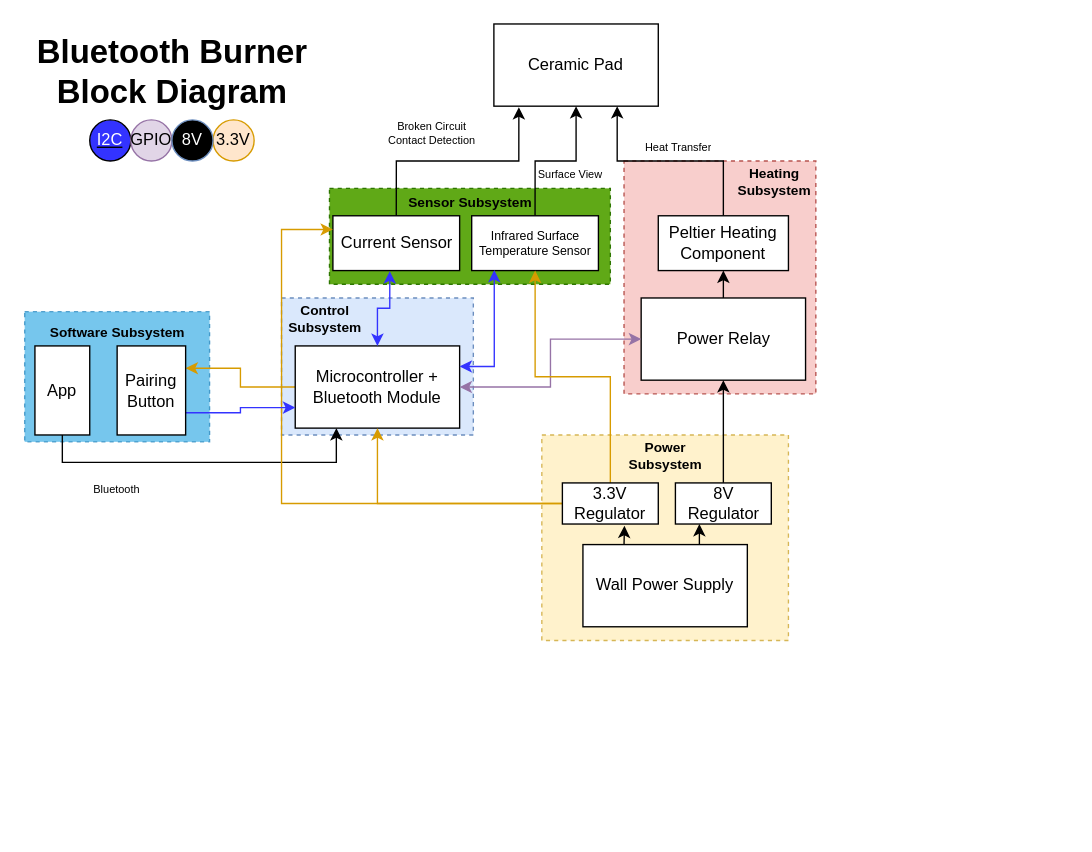
Before: Proposal Diagram.drawio in fadnis-shaunak28/ECE-445-Notebooks, a draw.io diagram. Source tidied: cells renumbered, new cells numbered last; positions are measured from the earlier drawing's top-left corner, leaving out a move shared by most shapes. Both pictures are drawn from the tidied source at 137%, with x=0, y=0 at pixel (23, 23).
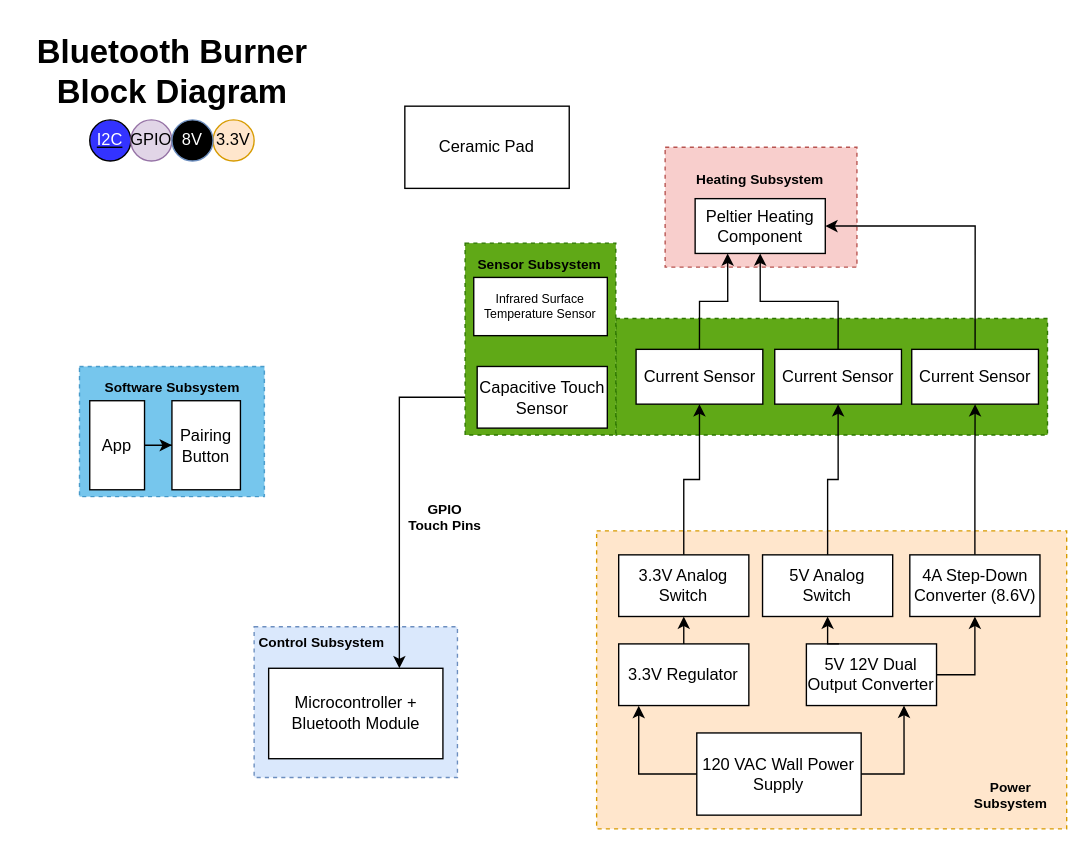
The same page after the edit.

The edit, as a diff of the source:
```diff
@@
-    <mxCell id="2" style="rounded=0;whiteSpace=wrap;html=1;fillColor=#1ba1e2;fontColor=#ffffff;strokeColor=#006EAF;opacity=60;dashed=1;" parent="1" vertex="1">
-      <mxGeometry x="0.5" y="210" width="135" height="95" as="geometry" />
-    </mxCell>
-    <mxCell id="3" style="rounded=0;whiteSpace=wrap;html=1;fillColor=#60a917;strokeColor=#2D7600;fontColor=#ffffff;dashed=1;" parent="1" vertex="1">
-      <mxGeometry x="223" y="120" width="205" height="70" as="geometry" />
-    </mxCell>
+    <mxCell id="51" style="group;" parent="1" vertex="1">
+      <mxGeometry x="468" y="90" width="140" height="87.5" as="geometry" />
+    </mxCell>
+    <mxCell id="5" style="rounded=0;whiteSpace=wrap;html=1;fillColor=#f8cecc;strokeColor=#b85450;dashed=1;" parent="51" vertex="1">
+      <mxGeometry width="140" height="87.5" as="geometry" />
+    </mxCell>
+    <mxCell id="15" value="Peltier Heating Component" style="rounded=0;whiteSpace=wrap;html=1;" parent="51" vertex="1">
+      <mxGeometry x="21.9" y="37.5" width="95" height="40" as="geometry" />
+    </mxCell>
+    <mxCell id="44" value="Heating Subsystem" style="text;html=1;strokeColor=none;fillColor=none;align=center;verticalAlign=middle;whiteSpace=wrap;overflow=hidden;fontSize=10;fontStyle=1;" parent="51" vertex="1">
+      <mxGeometry x="8.8" y="7.5" width="121.2" height="30" as="geometry" />
+    </mxCell>
+    <mxCell id="52" style="group;" parent="1" vertex="1">
+      <mxGeometry x="168" y="440" width="148.4" height="110" as="geometry" />
+    </mxCell>
-    <mxCell id="4" style="rounded=0;whiteSpace=wrap;html=1;fillColor=#dae8fc;strokeColor=#6c8ebf;dashed=1;" parent="1" vertex="1">
-      <mxGeometry x="188" y="200" width="140" height="100" as="geometry" />
+    <mxCell id="4" style="rounded=0;whiteSpace=wrap;html=1;fillColor=#dae8fc;strokeColor=#6c8ebf;dashed=1;" parent="52" vertex="1">
+      <mxGeometry width="148.4" height="110" as="geometry" />
     </mxCell>
-    <mxCell id="5" style="rounded=0;whiteSpace=wrap;html=1;fillColor=#f8cecc;strokeColor=#b85450;dashed=1;" parent="1" vertex="1">
-      <mxGeometry x="438" y="100" width="140" height="170" as="geometry" />
-    </mxCell>
-    <mxCell id="6" style="rounded=0;whiteSpace=wrap;html=1;fillColor=#fff2cc;strokeColor=#d6b656;dashed=1;" parent="1" vertex="1">
-      <mxGeometry x="378" y="300" width="180" height="150" as="geometry" />
-    </mxCell>
+    <mxCell id="14" value="Microcontroller + Bluetooth Module" style="rounded=0;whiteSpace=wrap;html=1;" parent="52" vertex="1">
+      <mxGeometry x="10.6" y="30.3" width="127.2" height="66" as="geometry" />
+    </mxCell>
+    <mxCell id="46" value="Control Subsystem" style="text;html=1;strokeColor=none;fillColor=none;align=center;verticalAlign=middle;whiteSpace=wrap;overflow=hidden;fontSize=10;fontStyle=1;" parent="52" vertex="1">
+      <mxGeometry x="-8.9" width="116.6" height="22" as="geometry" />
+    </mxCell>
+    <mxCell id="53" style="rounded=0;whiteSpace=wrap;html=1;fillColor=#60a917;strokeColor=#2D7600;fontColor=#ffffff;dashed=1;" parent="1" vertex="1">
+      <mxGeometry x="432.1" y="215" width="315" height="85" as="geometry" />
+    </mxCell>
+    <mxCell id="54" style="edgeStyle=orthogonalEdgeStyle;rounded=0;jettySize=auto;html=1;exitX=0.5;exitY=0;exitDx=0;exitDy=0;entryX=1;entryY=0.5;entryDx=0;entryDy=0;" parent="1" edge="1" source="17" target="15">
+      <mxGeometry relative="1" as="geometry" />
+    </mxCell>
+    <mxCell id="17" value="Current Sensor" style="rounded=0;whiteSpace=wrap;html=1;" parent="1" vertex="1">
+      <mxGeometry x="648" y="237.5" width="92.5" height="40" as="geometry" />
+    </mxCell>
+    <mxCell id="55" style="edgeStyle=orthogonalEdgeStyle;rounded=0;jettySize=auto;html=1;exitX=0;exitY=0.5;exitDx=0;exitDy=0;entryX=0.75;entryY=0;entryDx=0;entryDy=0;" parent="1" edge="1" source="76" target="14">
+      <mxGeometry relative="1" as="geometry" />
+    </mxCell>
     <mxCell id="7" value="Ceramic Pad" style="rounded=0;whiteSpace=wrap;html=1;" parent="1" vertex="1">
-      <mxGeometry x="343" width="120" height="60" as="geometry" />
+      <mxGeometry x="278" y="60" width="120" height="60" as="geometry" />
     </mxCell>
-    <mxCell id="8" style="edgeStyle=orthogonalEdgeStyle;rounded=0;jettySize=auto;html=1;exitX=0.5;exitY=1;exitDx=0;exitDy=0;entryX=0.25;entryY=1;entryDx=0;entryDy=0;" parent="1" edge="1" source="9" target="14">
-      <mxGeometry relative="1" as="geometry" />
-    </mxCell>
-    <mxCell id="9" value="App" style="rounded=0;whiteSpace=wrap;html=1;" parent="1" vertex="1">
-      <mxGeometry x="8" y="235" width="40" height="65" as="geometry" />
-    </mxCell>
-    <mxCell id="10" style="edgeStyle=orthogonalEdgeStyle;rounded=0;jettySize=auto;html=1;exitX=0.5;exitY=0;exitDx=0;exitDy=0;entryX=0.152;entryY=1.012;entryDx=0;entryDy=0;entryPerimeter=0;" parent="1" edge="1" source="17" target="7">
-      <mxGeometry relative="1" as="geometry" />
-    </mxCell>
-    <mxCell id="11" style="edgeStyle=orthogonalEdgeStyle;rounded=0;jettySize=auto;html=1;exitX=0.5;exitY=0;exitDx=0;exitDy=0;entryX=0.5;entryY=1;entryDx=0;entryDy=0;" parent="1" edge="1" source="16" target="7">
-      <mxGeometry relative="1" as="geometry" />
-    </mxCell>
-    <mxCell id="12" style="edgeStyle=orthogonalEdgeStyle;rounded=0;jettySize=auto;html=1;exitX=0.5;exitY=0;exitDx=0;exitDy=0;entryX=0.75;entryY=1;entryDx=0;entryDy=0;" parent="1" edge="1" source="15" target="7">
-      <mxGeometry relative="1" as="geometry" />
-    </mxCell>
-    <mxCell id="13" style="edgeStyle=orthogonalEdgeStyle;rounded=0;jettySize=auto;html=1;exitX=0;exitY=0.5;exitDx=0;exitDy=0;entryX=1;entryY=0.25;entryDx=0;entryDy=0;fillColor=#ffe6cc;strokeColor=#d79b00;" parent="1" edge="1" source="14" target="50">
-      <mxGeometry relative="1" as="geometry" />
-    </mxCell>
-    <mxCell id="14" value="Microcontroller + Bluetooth Module" style="rounded=0;whiteSpace=wrap;html=1;" parent="1" vertex="1">
-      <mxGeometry x="198" y="235" width="120" height="60" as="geometry" />
-    </mxCell>
-    <mxCell id="15" value="Peltier Heating Component" style="rounded=0;whiteSpace=wrap;html=1;" parent="1" vertex="1">
-      <mxGeometry x="463" y="140" width="95" height="40" as="geometry" />
-    </mxCell>
-    <mxCell id="16" value="Infrared Surface Temperature Sensor" style="rounded=0;whiteSpace=wrap;html=1;fontSize=9;" parent="1" vertex="1">
-      <mxGeometry x="326.8" y="140" width="92.5" height="40" as="geometry" />
-    </mxCell>
-    <mxCell id="17" value="Current Sensor" style="rounded=0;whiteSpace=wrap;html=1;" parent="1" vertex="1">
-      <mxGeometry x="225.5" y="140" width="92.5" height="40" as="geometry" />
-    </mxCell>
-    <mxCell id="18" style="edgeStyle=orthogonalEdgeStyle;rounded=0;jettySize=auto;html=1;exitX=1;exitY=0.25;exitDx=0;exitDy=0;entryX=0.178;entryY=0.989;entryDx=0;entryDy=0;entryPerimeter=0;strokeColor=#3333FF;startArrow=classic;startFill=1;" parent="1" edge="1" source="14" target="16">
-      <mxGeometry relative="1" as="geometry" />
-    </mxCell>
-    <mxCell id="19" style="edgeStyle=orthogonalEdgeStyle;rounded=0;jettySize=auto;html=1;exitX=0.5;exitY=0;exitDx=0;exitDy=0;entryX=0.5;entryY=1;entryDx=0;entryDy=0;" parent="1" edge="1" source="20" target="15">
-      <mxGeometry relative="1" as="geometry" />
-    </mxCell>
-    <mxCell id="20" value="Power Relay" style="rounded=0;whiteSpace=wrap;html=1;" parent="1" vertex="1">
-      <mxGeometry x="450.5" y="200" width="120" height="60" as="geometry" />
-    </mxCell>
-    <mxCell id="21" style="edgeStyle=orthogonalEdgeStyle;rounded=0;jettySize=auto;html=1;entryX=0;entryY=0.5;entryDx=0;entryDy=0;fillColor=#e1d5e7;strokeColor=#9673a6;startArrow=classic;startFill=1;" parent="1" edge="1" source="14" target="20">
-      <mxGeometry relative="1" as="geometry" />
-    </mxCell>
-    <mxCell id="22" style="edgeStyle=orthogonalEdgeStyle;rounded=0;jettySize=auto;html=1;exitX=0.75;exitY=0;exitDx=0;exitDy=0;entryX=0.25;entryY=1;entryDx=0;entryDy=0;" parent="1" edge="1" source="23" target="29">
-      <mxGeometry relative="1" as="geometry" />
-    </mxCell>
-    <mxCell id="23" value="Wall Power Supply" style="rounded=0;whiteSpace=wrap;html=1;" parent="1" vertex="1">
-      <mxGeometry x="408" y="380" width="120" height="60" as="geometry" />
-    </mxCell>
-    <mxCell id="24" style="edgeStyle=orthogonalEdgeStyle;rounded=0;jettySize=auto;html=1;exitX=0;exitY=0.5;exitDx=0;exitDy=0;entryX=0.5;entryY=1;entryDx=0;entryDy=0;fillColor=#ffe6cc;strokeColor=#d79b00;" parent="1" edge="1" source="27" target="14">
-      <mxGeometry relative="1" as="geometry" />
-    </mxCell>
-    <mxCell id="25" style="edgeStyle=orthogonalEdgeStyle;rounded=0;jettySize=auto;html=1;exitX=0.5;exitY=0;exitDx=0;exitDy=0;fillColor=#ffe6cc;strokeColor=#d79b00;" parent="1" edge="1" source="27" target="16">
-      <mxGeometry relative="1" as="geometry" />
-    </mxCell>
-    <mxCell id="26" style="edgeStyle=orthogonalEdgeStyle;rounded=0;jettySize=auto;html=1;exitX=0;exitY=0.5;exitDx=0;exitDy=0;entryX=0;entryY=0.25;entryDx=0;entryDy=0;fillColor=#ffe6cc;strokeColor=#d79b00;" parent="1" edge="1" source="27" target="17">
-      <mxGeometry relative="1" as="geometry">
-        <Array as="points">
-          <mxPoint x="188" y="350" />
-          <mxPoint x="188" y="150" />
-        </Array>
-      </mxGeometry>
-    </mxCell>
-    <mxCell id="27" value="3.3V Regulator" style="rounded=0;whiteSpace=wrap;html=1;" parent="1" vertex="1">
-      <mxGeometry x="393" y="335" width="70" height="30" as="geometry" />
-    </mxCell>
-    <mxCell id="28" style="edgeStyle=orthogonalEdgeStyle;rounded=0;jettySize=auto;html=1;exitX=0.5;exitY=0;exitDx=0;exitDy=0;entryX=0.5;entryY=1;entryDx=0;entryDy=0;" parent="1" edge="1" source="29" target="20">
-      <mxGeometry relative="1" as="geometry" />
-    </mxCell>
-    <mxCell id="29" value="8V&lt;br&gt;Regulator" style="rounded=0;whiteSpace=wrap;html=1;" parent="1" vertex="1">
-      <mxGeometry x="475.5" y="335" width="70" height="30" as="geometry" />
-    </mxCell>
-    <mxCell id="30" style="edgeStyle=orthogonalEdgeStyle;rounded=0;jettySize=auto;html=1;exitX=0.5;exitY=0;exitDx=0;exitDy=0;entryX=0.449;entryY=1.012;entryDx=0;entryDy=0;entryPerimeter=0;startArrow=classic;startFill=1;strokeColor=#3333FF;" parent="1" edge="1" source="14" target="17">
-      <mxGeometry relative="1" as="geometry" />
-    </mxCell>
-    <mxCell id="31" value="Heat Transfer" style="text;html=1;strokeColor=none;fillColor=none;align=center;verticalAlign=middle;whiteSpace=wrap;overflow=hidden;fontSize=8;" parent="1" vertex="1">
-      <mxGeometry x="438" y="80" width="80" height="20" as="geometry" />
-    </mxCell>
-    <mxCell id="32" value="Broken Circuit Contact Detection" style="text;html=1;strokeColor=none;fillColor=none;align=center;verticalAlign=middle;whiteSpace=wrap;overflow=hidden;fontSize=8;" parent="1" vertex="1">
-      <mxGeometry x="263" y="60" width="70" height="40" as="geometry" />
-    </mxCell>
-    <mxCell id="33" value="Surface View" style="text;html=1;strokeColor=none;fillColor=none;align=center;verticalAlign=middle;whiteSpace=wrap;overflow=hidden;fontSize=8;" parent="1" vertex="1">
-      <mxGeometry x="358.6" y="100" width="80" height="20" as="geometry" />
-    </mxCell>
-    <mxCell id="34" value="Bluetooth" style="text;html=1;strokeColor=none;fillColor=none;align=center;verticalAlign=middle;whiteSpace=wrap;overflow=hidden;fontSize=8;" parent="1" vertex="1">
-      <mxGeometry x="28" y="330" width="80" height="20" as="geometry" />
-    </mxCell>
@@
+    <mxCell id="56" style="edgeStyle=orthogonalEdgeStyle;rounded=0;jettySize=auto;html=1;exitX=0.5;exitY=0;exitDx=0;exitDy=0;entryX=0.5;entryY=1;entryDx=0;entryDy=0;" parent="1" edge="1" source="57" target="15">
+      <mxGeometry relative="1" as="geometry" />
+    </mxCell>
+    <mxCell id="57" value="Current Sensor" style="rounded=0;whiteSpace=wrap;html=1;" parent="1" vertex="1">
+      <mxGeometry x="548" y="237.5" width="92.5" height="40" as="geometry" />
+    </mxCell>
+    <mxCell id="58" style="edgeStyle=orthogonalEdgeStyle;rounded=0;jettySize=auto;html=1;exitX=0.5;exitY=0;exitDx=0;exitDy=0;entryX=0.25;entryY=1;entryDx=0;entryDy=0;" parent="1" edge="1" source="59" target="15">
+      <mxGeometry relative="1" as="geometry" />
+    </mxCell>
+    <mxCell id="59" value="Current Sensor" style="rounded=0;whiteSpace=wrap;html=1;" parent="1" vertex="1">
+      <mxGeometry x="446.8" y="237.5" width="92.5" height="40" as="geometry" />
+    </mxCell>
+    <mxCell id="60" style="group;" parent="1" vertex="1">
+      <mxGeometry x="418" y="370" width="343.1" height="217.5" as="geometry" />
+    </mxCell>
+    <mxCell id="61" style="rounded=0;whiteSpace=wrap;html=1;fillColor=#ffe6cc;strokeColor=#d79b00;dashed=1;" parent="60" vertex="1">
+      <mxGeometry width="343.1" height="217.5" as="geometry" />
+    </mxCell>
+    <mxCell id="23" value="120 VAC Wall Power Supply" style="rounded=0;whiteSpace=wrap;html=1;" parent="60" vertex="1">
+      <mxGeometry x="73.1" y="147.5" width="120" height="60" as="geometry" />
+    </mxCell>
+    <mxCell id="27" value="5V 12V Dual Output Converter" style="rounded=0;whiteSpace=wrap;html=1;" parent="60" vertex="1">
+      <mxGeometry x="153.1" y="82.5" width="95" height="45" as="geometry" />
+    </mxCell>
-    <mxCell id="43" style="edgeStyle=orthogonalEdgeStyle;rounded=0;jettySize=auto;html=1;exitX=0.25;exitY=0;exitDx=0;exitDy=0;entryX=0.647;entryY=1.041;entryDx=0;entryDy=0;entryPerimeter=0;" parent="1" edge="1" source="23" target="27">
+    <mxCell id="43" style="edgeStyle=orthogonalEdgeStyle;rounded=0;jettySize=auto;html=1;exitX=1;exitY=0.5;exitDx=0;exitDy=0;entryX=0.75;entryY=1;entryDx=0;entryDy=0;" parent="60" edge="1" source="23" target="27">
       <mxGeometry relative="1" as="geometry" />
     </mxCell>
-    <mxCell id="44" value="Heating Subsystem" style="text;html=1;strokeColor=none;fillColor=none;align=center;verticalAlign=middle;whiteSpace=wrap;overflow=hidden;fontSize=10;fontStyle=1;" parent="1" vertex="1">
-      <mxGeometry x="518" y="100" width="60" height="30" as="geometry" />
-    </mxCell>
-    <mxCell id="45" value="Power Subsystem" style="text;html=1;strokeColor=none;fillColor=none;align=center;verticalAlign=middle;whiteSpace=wrap;overflow=hidden;fontSize=10;fontStyle=1;" parent="1" vertex="1">
-      <mxGeometry x="438.6" y="300" width="58.8" height="30" as="geometry" />
+    <mxCell id="45" value="Power Subsystem" style="text;html=1;strokeColor=none;fillColor=none;align=center;verticalAlign=middle;whiteSpace=wrap;overflow=hidden;fontSize=10;fontStyle=1;" parent="60" vertex="1">
+      <mxGeometry x="273.1" y="177.5" width="58.8" height="30" as="geometry" />
     </mxCell>
-    <mxCell id="46" value="Control Subsystem" style="text;html=1;strokeColor=none;fillColor=none;align=center;verticalAlign=middle;whiteSpace=wrap;overflow=hidden;fontSize=10;fontStyle=1;" parent="1" vertex="1">
-      <mxGeometry x="188" y="200" width="63.8" height="30" as="geometry" />
-    </mxCell>
+    <mxCell id="62" value="3.3V Regulator" style="rounded=0;whiteSpace=wrap;html=1;" parent="60" vertex="1">
+      <mxGeometry x="16.1" y="82.5" width="95" height="45" as="geometry" />
+    </mxCell>
+    <mxCell id="63" value="4A Step-Down Converter (8.6V)" style="rounded=0;whiteSpace=wrap;html=1;" parent="60" vertex="1">
+      <mxGeometry x="228.6" y="17.5" width="95" height="45" as="geometry" />
+    </mxCell>
+    <mxCell id="64" style="edgeStyle=orthogonalEdgeStyle;rounded=0;jettySize=auto;html=1;exitX=1;exitY=0.5;exitDx=0;exitDy=0;entryX=0.5;entryY=1;entryDx=0;entryDy=0;" parent="60" edge="1" source="27" target="63">
+      <mxGeometry relative="1" as="geometry" />
+    </mxCell>
+    <mxCell id="65" value="5V Analog Switch" style="rounded=0;whiteSpace=wrap;html=1;" parent="60" vertex="1">
+      <mxGeometry x="121.1" y="17.5" width="95" height="45" as="geometry" />
+    </mxCell>
+    <mxCell id="66" style="edgeStyle=orthogonalEdgeStyle;rounded=0;jettySize=auto;html=1;exitX=0.25;exitY=0;exitDx=0;exitDy=0;entryX=0.5;entryY=1;entryDx=0;entryDy=0;" parent="60" edge="1" source="27" target="65">
+      <mxGeometry relative="1" as="geometry" />
+    </mxCell>
+    <mxCell id="67" value="3.3V Analog Switch" style="rounded=0;whiteSpace=wrap;html=1;" parent="60" vertex="1">
+      <mxGeometry x="16.1" y="17.5" width="95" height="45" as="geometry" />
+    </mxCell>
+    <mxCell id="68" style="edgeStyle=orthogonalEdgeStyle;rounded=0;jettySize=auto;html=1;exitX=0.5;exitY=0;exitDx=0;exitDy=0;entryX=0.5;entryY=1;entryDx=0;entryDy=0;" parent="60" edge="1" source="62" target="67">
+      <mxGeometry relative="1" as="geometry" />
+    </mxCell>
+    <mxCell id="69" style="edgeStyle=orthogonalEdgeStyle;rounded=0;jettySize=auto;html=1;exitX=0;exitY=0.5;exitDx=0;exitDy=0;entryX=0.154;entryY=1.004;entryDx=0;entryDy=0;entryPerimeter=0;" parent="60" edge="1" source="23" target="62">
+      <mxGeometry relative="1" as="geometry" />
+    </mxCell>
+    <mxCell id="70" style="edgeStyle=orthogonalEdgeStyle;rounded=0;jettySize=auto;html=1;exitX=0.5;exitY=0;exitDx=0;exitDy=0;entryX=0.5;entryY=1;entryDx=0;entryDy=0;" parent="1" edge="1" source="67" target="59">
+      <mxGeometry relative="1" as="geometry" />
+    </mxCell>
+    <mxCell id="71" style="edgeStyle=orthogonalEdgeStyle;rounded=0;jettySize=auto;html=1;exitX=0.5;exitY=0;exitDx=0;exitDy=0;entryX=0.5;entryY=1;entryDx=0;entryDy=0;" parent="1" edge="1" source="65" target="57">
+      <mxGeometry relative="1" as="geometry" />
+    </mxCell>
+    <mxCell id="72" style="edgeStyle=orthogonalEdgeStyle;rounded=0;jettySize=auto;html=1;exitX=0.5;exitY=0;exitDx=0;exitDy=0;entryX=0.5;entryY=1;entryDx=0;entryDy=0;" parent="1" edge="1" source="63" target="17">
+      <mxGeometry relative="1" as="geometry" />
+    </mxCell>
+    <mxCell id="73" style="group;" parent="1" vertex="1">
+      <mxGeometry x="40.5" y="250" width="135" height="95" as="geometry" />
+    </mxCell>
+    <mxCell id="2" style="rounded=0;whiteSpace=wrap;html=1;fillColor=#1ba1e2;fontColor=#ffffff;strokeColor=#006EAF;opacity=60;dashed=1;" parent="73" vertex="1">
+      <mxGeometry width="135" height="95" as="geometry" />
+    </mxCell>
+    <mxCell id="74" style="edgeStyle=orthogonalEdgeStyle;rounded=0;jettySize=auto;html=1;" parent="73" edge="1" source="9" target="50">
+      <mxGeometry relative="1" as="geometry" />
+    </mxCell>
+    <mxCell id="9" value="App" style="rounded=0;whiteSpace=wrap;html=1;" parent="73" vertex="1">
+      <mxGeometry x="7.5" y="25" width="40" height="65" as="geometry" />
+    </mxCell>
+    <mxCell id="48" value="Software Subsystem" style="text;html=1;strokeColor=none;fillColor=none;align=center;verticalAlign=middle;whiteSpace=wrap;overflow=hidden;fontSize=10;fontStyle=1;" parent="73" vertex="1">
+      <mxGeometry x="13.1" y="5" width="108.8" height="20" as="geometry" />
+    </mxCell>
+    <mxCell id="50" value="Pairing Button" style="rounded=0;whiteSpace=wrap;html=1;" parent="73" vertex="1">
+      <mxGeometry x="67.5" y="25" width="50" height="65" as="geometry" />
+    </mxCell>
+    <mxCell id="75" style="group;" parent="1" vertex="1">
+      <mxGeometry x="316.4" y="160" width="121.2" height="140" as="geometry" />
+    </mxCell>
+    <mxCell id="3" style="rounded=0;whiteSpace=wrap;html=1;fillColor=#60a917;strokeColor=#2D7600;fontColor=#ffffff;dashed=1;" parent="75" vertex="1">
+      <mxGeometry x="5.6" width="110" height="140" as="geometry" />
+    </mxCell>
+    <mxCell id="16" value="Infrared Surface Temperature Sensor" style="rounded=0;whiteSpace=wrap;html=1;fontSize=9;" parent="75" vertex="1">
+      <mxGeometry x="11.9" y="25" width="97.5" height="42.5" as="geometry" />
+    </mxCell>
+    <mxCell id="76" value="Capacitive Touch Sensor" style="rounded=0;whiteSpace=wrap;html=1;" parent="75" vertex="1">
+      <mxGeometry x="14.4" y="90" width="95" height="45" as="geometry" />
+    </mxCell>
-    <mxCell id="47" value="Sensor Subsystem" style="text;html=1;strokeColor=none;fillColor=none;align=center;verticalAlign=middle;whiteSpace=wrap;overflow=hidden;fontSize=10;fontStyle=1;" parent="1" vertex="1">
-      <mxGeometry x="276.8" y="120" width="97.5" height="20" as="geometry" />
+    <mxCell id="47" value="Sensor Subsystem" style="text;html=1;strokeColor=none;fillColor=none;align=center;verticalAlign=middle;whiteSpace=wrap;overflow=hidden;fontSize=10;fontStyle=1;" parent="75" vertex="1">
+      <mxGeometry y="5" width="121.2" height="20" as="geometry" />
     </mxCell>
-    <mxCell id="48" value="Software Subsystem" style="text;html=1;strokeColor=none;fillColor=none;align=center;verticalAlign=middle;whiteSpace=wrap;overflow=hidden;fontSize=10;fontStyle=1;" parent="1" vertex="1">
-      <mxGeometry x="13.6" y="215" width="108.8" height="20" as="geometry" />
-    </mxCell>
-    <mxCell id="49" style="edgeStyle=orthogonalEdgeStyle;rounded=0;jettySize=auto;html=1;exitX=1;exitY=0.75;exitDx=0;exitDy=0;entryX=0;entryY=0.75;entryDx=0;entryDy=0;fillColor=#dae8fc;strokeColor=#3333FF;" parent="1" edge="1" source="50" target="14">
-      <mxGeometry relative="1" as="geometry" />
-    </mxCell>
-    <mxCell id="50" value="Pairing Button" style="rounded=0;whiteSpace=wrap;html=1;" parent="1" vertex="1">
-      <mxGeometry x="68" y="235" width="50" height="65" as="geometry" />
-    </mxCell>
+    <mxCell id="77" value="GPIO Touch Pins" style="text;html=1;strokeColor=none;fillColor=none;align=center;verticalAlign=middle;whiteSpace=wrap;overflow=hidden;fontSize=10;fontStyle=1;" parent="1" vertex="1">
+      <mxGeometry x="278" y="345" width="58.8" height="30" as="geometry" />
+    </mxCell>
```
